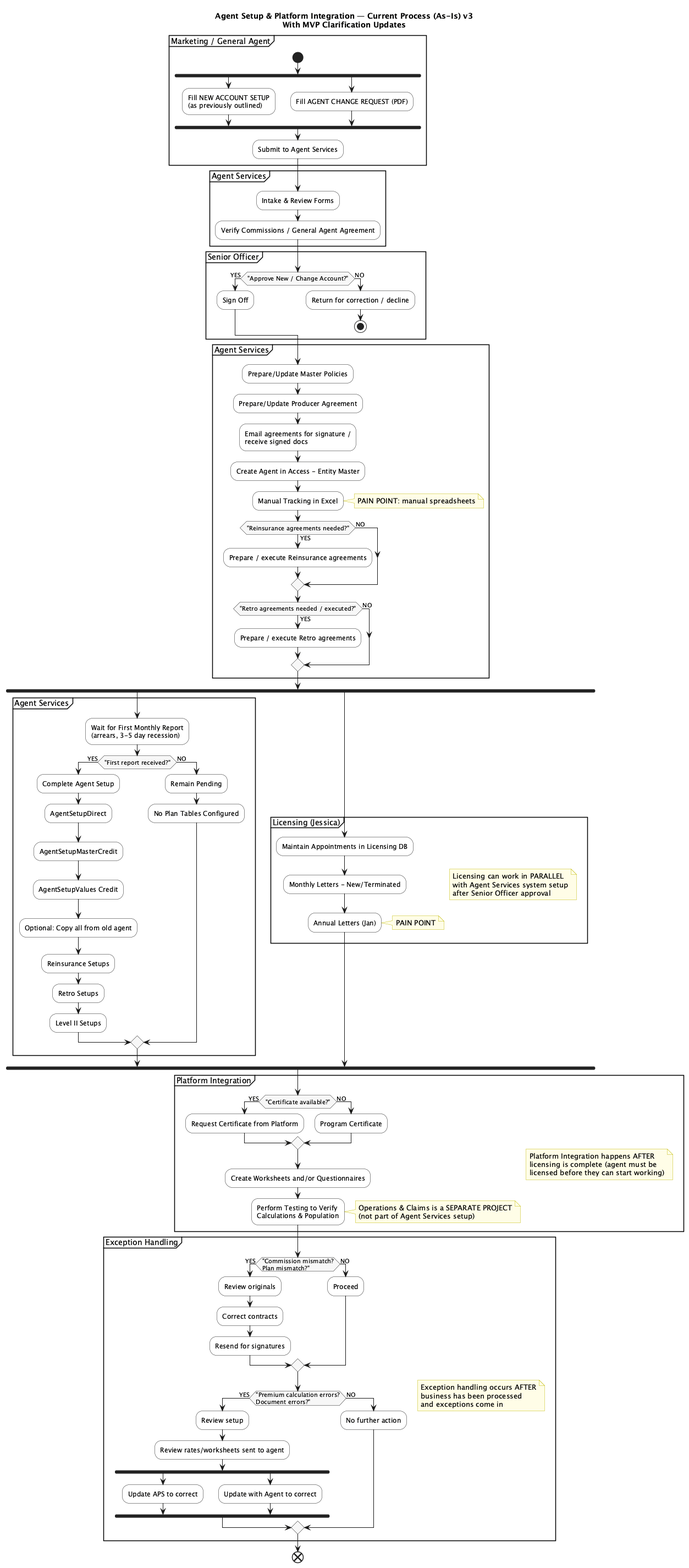
This is Process Diagrams/as-is/current_process_as_is_v3.png from VardanianJacob/Agent-Services---Documentation, a PlantUML export, as it was before one commit.
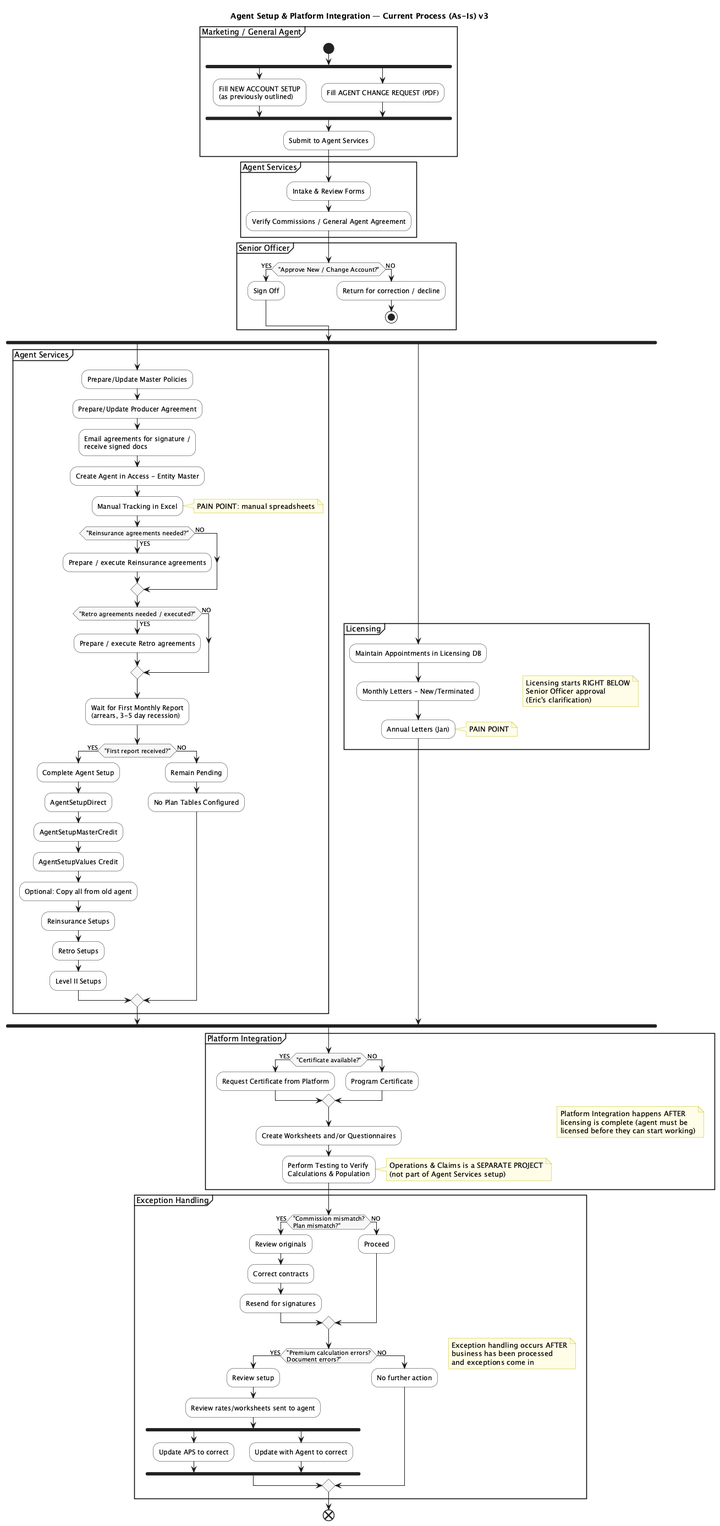
After the change.

What changed in the source:
```diff
@@ -1,5 +1,5 @@
 @startuml
-title Agent Setup & Platform Integration — Current Process (As-Is) v3\nWith MVP Clarification Updates
+title Agent Setup & Platform Integration — Current Process (As-Is) v3
 
 skinparam activity {
   BackgroundColor White
@@ -37,6 +37,8 @@
   endif
 }
 
+fork
+
 partition "Agent Services" {
   :Prepare/Update Master Policies;
   :Prepare/Update Producer Agreement;
@@ -56,11 +58,7 @@
     :Prepare / execute Retro agreements;
   else (NO)
   endif
-}
 
-fork
-
-partition "Agent Services" {
   :Wait for First Monthly Report\n(arrears, 3-5 day recession);
   if ("First report received?") then (YES)
     :Complete Agent Setup;
@@ -79,11 +77,11 @@
 
 fork again
 
-partition "Licensing (Jessica)" {
+partition "Licensing" {
   note right
-    Licensing can work in PARALLEL
-    with Agent Services system setup
-    after Senior Officer approval
+    Licensing starts RIGHT BELOW
+    Senior Officer approval
+    (Eric's clarification)
   end note
   :Maintain Appointments in Licensing DB;
   :Monthly Letters - New/Terminated;
```
